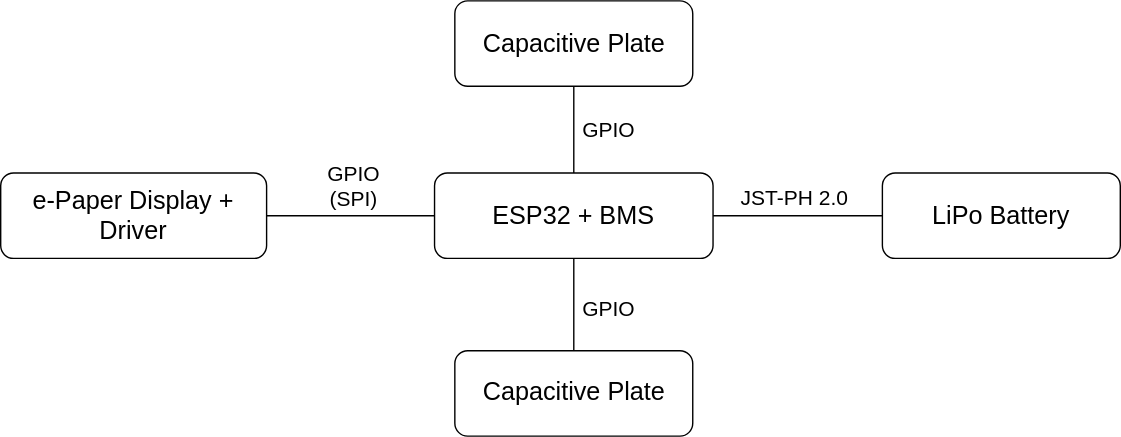
Earlier version of the draw.io export SailTrack Monitor/hardware-diagram.svg (metisvela/sailtrack). Source tidied: cells renumbered, new cells last; positions are measured from the earlier drawing's top-left corner, leaving out a move shared by most shapes.
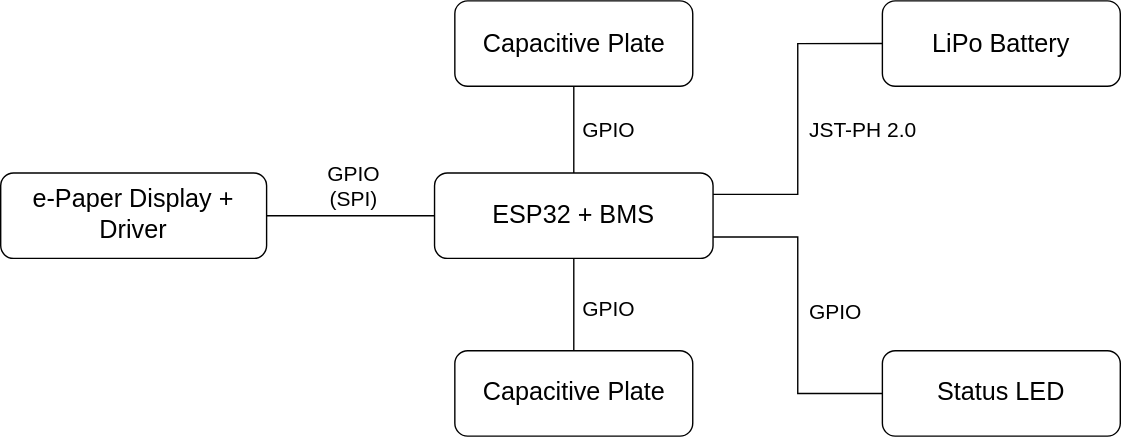
The same file after the commit.

What changed in the source:
```diff
@@ -24,12 +24,12 @@
         <mxPoint x="7" as="offset" />
       </mxGeometry>
     </mxCell>
-    <mxCell id="8" style="edgeStyle=orthogonalEdgeStyle;rounded=0;jettySize=auto;html=1;exitX=1;exitY=0.5;exitDx=0;exitDy=0;entryX=0;entryY=0.5;entryDx=0;entryDy=0;endArrow=none;endFill=0;" parent="1" edge="1" source="10" target="12">
+    <mxCell id="8" style="edgeStyle=orthogonalEdgeStyle;rounded=0;jettySize=auto;html=1;exitX=1;exitY=0.25;exitDx=0;exitDy=0;entryX=0;entryY=0.5;entryDx=0;entryDy=0;endArrow=none;endFill=0;" parent="1" edge="1" source="10" target="12">
       <mxGeometry relative="1" as="geometry" />
     </mxCell>
-    <mxCell id="9" value="JST-PH 2.0" style="edgeLabel;html=1;align=center;verticalAlign=bottom;fontSize=15;" parent="8" vertex="1">
+    <mxCell id="9" value="JST-PH 2.0" style="edgeLabel;html=1;align=left;verticalAlign=bottom;fontSize=15;" parent="8" vertex="1">
       <mxGeometry x="-0.04" y="4" relative="1" as="geometry">
-        <mxPoint y="1" as="offset" />
+        <mxPoint x="10.5" y="13.2" as="offset" />
       </mxGeometry>
     </mxCell>
     <mxCell id="10" value="ESP32 + BMS" style="rounded=1;whiteSpace=wrap;html=1;fontSize=18;" parent="1" vertex="1">
@@ -39,7 +39,7 @@
       <mxGeometry y="123" width="190" height="61" as="geometry" />
     </mxCell>
     <mxCell id="12" value="LiPo Battery" style="rounded=1;whiteSpace=wrap;html=1;fontSize=18;" parent="1" vertex="1">
-      <mxGeometry x="630" y="123" width="170" height="61" as="geometry" />
+      <mxGeometry x="630" width="170" height="61" as="geometry" />
     </mxCell>
     <mxCell id="13" value="Capacitive Plate" style="rounded=1;whiteSpace=wrap;html=1;fontSize=18;" parent="1" vertex="1">
       <mxGeometry x="324.5" width="170" height="61" as="geometry" />
@@ -47,5 +47,16 @@
     <mxCell id="14" value="Capacitive Plate" style="rounded=1;whiteSpace=wrap;html=1;fontSize=18;" parent="1" vertex="1">
       <mxGeometry x="324.5" y="250" width="170" height="61" as="geometry" />
     </mxCell>
+    <mxCell id="15" style="edgeStyle=orthogonalEdgeStyle;rounded=0;jettySize=auto;html=1;exitX=0;exitY=0.5;exitDx=0;exitDy=0;entryX=1;entryY=0.75;entryDx=0;entryDy=0;endArrow=none;endFill=0;" parent="1" edge="1" source="17" target="10">
+      <mxGeometry relative="1" as="geometry" />
+    </mxCell>
+    <mxCell id="16" value="GPIO" style="edgeLabel;html=1;align=left;verticalAlign=middle;fontSize=15;" parent="15" vertex="1">
+      <mxGeometry x="0.04" y="-1" relative="1" as="geometry">
+        <mxPoint x="5.5" y="2" as="offset" />
+      </mxGeometry>
+    </mxCell>
+    <mxCell id="17" value="Status LED" style="rounded=1;whiteSpace=wrap;html=1;fontSize=18;" parent="1" vertex="1">
+      <mxGeometry x="630" y="250" width="170" height="61" as="geometry" />
+    </mxCell>
   </root>
 </mxGraphModel>
```
